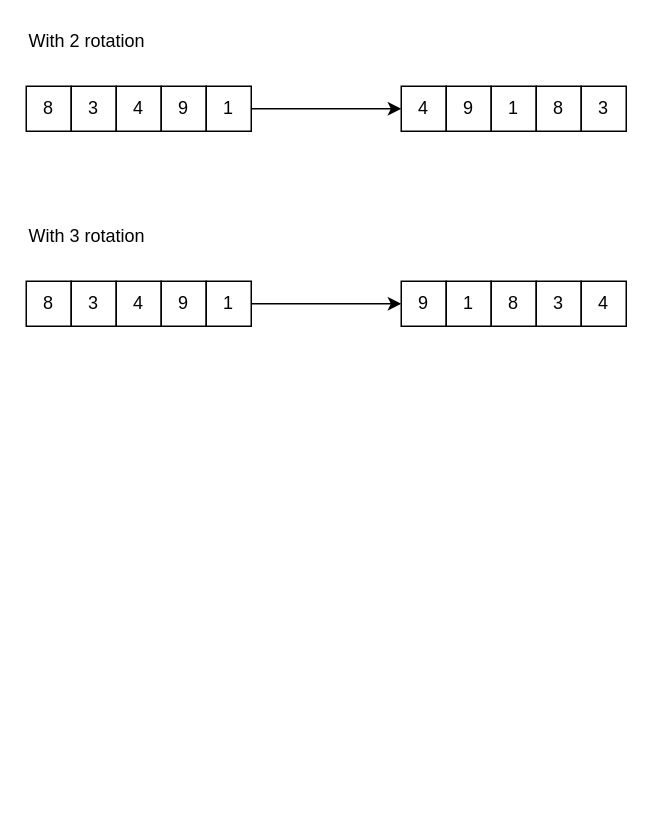
Earlier version of the draw.io diagram algorithm/src/main/resources/TDD_ArrayRotation.drawio (rajsenthil/coding). Source tidied: cells renumbered, new cells numbered last; positions are measured from the earlier drawing's top-left corner, leaving out a move shared by most shapes. Both pictures are drawn from the tidied source at 150%, with x=0, y=0 at pixel (26, 26).
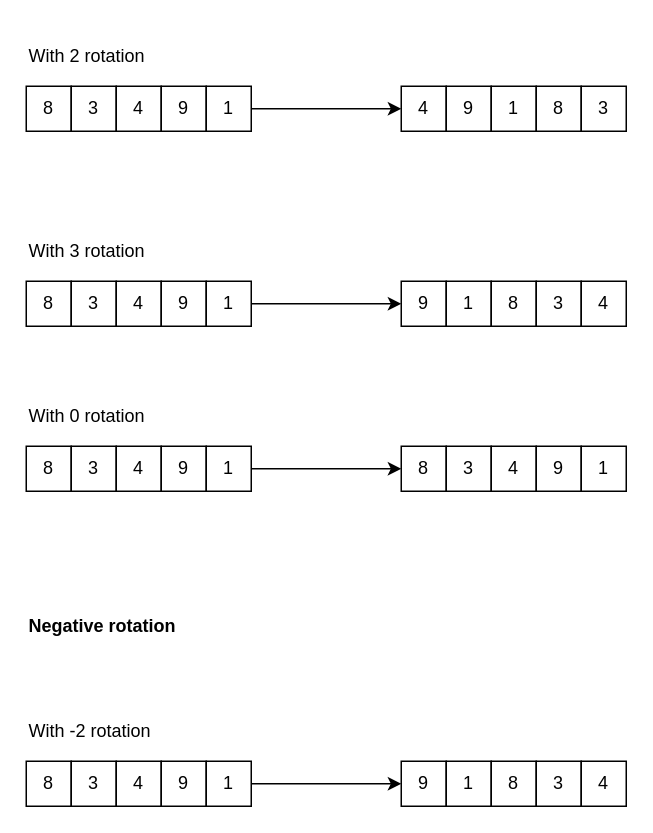
After the change.

Diff of the diagram source:
```diff
@@
     <mxCell id="7" value="With 2 rotation" style="text;html=1;strokeColor=none;fillColor=none;align=left;verticalAlign=middle;whiteSpace=wrap;rounded=0;" parent="1" vertex="1">
-      <mxGeometry width="180" height="20" as="geometry" />
+      <mxGeometry y="10" width="180" height="20" as="geometry" />
     </mxCell>
@@
     <mxCell id="19" value="With 3 rotation" style="text;html=1;strokeColor=none;fillColor=none;align=left;verticalAlign=middle;whiteSpace=wrap;rounded=0;" parent="1" vertex="1">
-      <mxGeometry y="130" width="180" height="20" as="geometry" />
+      <mxGeometry y="140" width="180" height="20" as="geometry" />
     </mxCell>
@@
+    <mxCell id="26" value="8" style="whiteSpace=wrap;html=1;" parent="1" vertex="1">
+      <mxGeometry y="280" width="30" height="30" as="geometry" />
+    </mxCell>
+    <mxCell id="27" value="3" style="whiteSpace=wrap;html=1;" parent="1" vertex="1">
+      <mxGeometry x="30" y="280" width="30" height="30" as="geometry" />
+    </mxCell>
+    <mxCell id="28" value="4" style="whiteSpace=wrap;html=1;" parent="1" vertex="1">
+      <mxGeometry x="60" y="280" width="30" height="30" as="geometry" />
+    </mxCell>
+    <mxCell id="29" value="9" style="whiteSpace=wrap;html=1;" parent="1" vertex="1">
+      <mxGeometry x="90" y="280" width="30" height="30" as="geometry" />
+    </mxCell>
+    <mxCell id="30" value="1" style="whiteSpace=wrap;html=1;" parent="1" vertex="1">
+      <mxGeometry x="120" y="280" width="30" height="30" as="geometry" />
+    </mxCell>
+    <mxCell id="31" value="With&amp;nbsp;0 rotation" style="text;html=1;strokeColor=none;fillColor=none;align=left;verticalAlign=middle;whiteSpace=wrap;rounded=0;" parent="1" vertex="1">
+      <mxGeometry y="250" width="180" height="20" as="geometry" />
+    </mxCell>
+    <mxCell id="32" style="endArrow=classic;html=1;entryX=0;entryY=0.5;entryDx=0;entryDy=0;" parent="1" edge="1" source="30" target="33">
+      <mxGeometry relative="1" as="geometry" />
+    </mxCell>
+    <mxCell id="33" value="8" style="whiteSpace=wrap;html=1;" parent="1" vertex="1">
+      <mxGeometry x="250" y="280" width="30" height="30" as="geometry" />
+    </mxCell>
+    <mxCell id="34" value="3" style="whiteSpace=wrap;html=1;" parent="1" vertex="1">
+      <mxGeometry x="280" y="280" width="30" height="30" as="geometry" />
+    </mxCell>
+    <mxCell id="35" value="4" style="whiteSpace=wrap;html=1;" parent="1" vertex="1">
+      <mxGeometry x="310" y="280" width="30" height="30" as="geometry" />
+    </mxCell>
+    <mxCell id="36" value="9" style="whiteSpace=wrap;html=1;" parent="1" vertex="1">
+      <mxGeometry x="340" y="280" width="30" height="30" as="geometry" />
+    </mxCell>
+    <mxCell id="37" value="1" style="whiteSpace=wrap;html=1;" parent="1" vertex="1">
+      <mxGeometry x="370" y="280" width="30" height="30" as="geometry" />
+    </mxCell>
+    <mxCell id="38" value="8" style="whiteSpace=wrap;html=1;" parent="1" vertex="1">
+      <mxGeometry y="490" width="30" height="30" as="geometry" />
+    </mxCell>
+    <mxCell id="39" value="3" style="whiteSpace=wrap;html=1;" parent="1" vertex="1">
+      <mxGeometry x="30" y="490" width="30" height="30" as="geometry" />
+    </mxCell>
+    <mxCell id="40" value="4" style="whiteSpace=wrap;html=1;" parent="1" vertex="1">
+      <mxGeometry x="60" y="490" width="30" height="30" as="geometry" />
+    </mxCell>
+    <mxCell id="41" value="9" style="whiteSpace=wrap;html=1;" parent="1" vertex="1">
+      <mxGeometry x="90" y="490" width="30" height="30" as="geometry" />
+    </mxCell>
+    <mxCell id="42" value="1" style="whiteSpace=wrap;html=1;" parent="1" vertex="1">
+      <mxGeometry x="120" y="490" width="30" height="30" as="geometry" />
+    </mxCell>
+    <mxCell id="43" value="&lt;b&gt;Negative rotation&lt;/b&gt;" style="text;html=1;strokeColor=none;fillColor=none;align=left;verticalAlign=middle;whiteSpace=wrap;rounded=0;" parent="1" vertex="1">
+      <mxGeometry y="390" width="180" height="20" as="geometry" />
+    </mxCell>
+    <mxCell id="44" style="endArrow=classic;html=1;entryX=0;entryY=0.5;entryDx=0;entryDy=0;" parent="1" edge="1" source="42" target="45">
+      <mxGeometry relative="1" as="geometry" />
+    </mxCell>
+    <mxCell id="45" value="9" style="whiteSpace=wrap;html=1;" parent="1" vertex="1">
+      <mxGeometry x="250" y="490" width="30" height="30" as="geometry" />
+    </mxCell>
+    <mxCell id="46" value="1" style="whiteSpace=wrap;html=1;" parent="1" vertex="1">
+      <mxGeometry x="280" y="490" width="30" height="30" as="geometry" />
+    </mxCell>
+    <mxCell id="47" value="8" style="whiteSpace=wrap;html=1;" parent="1" vertex="1">
+      <mxGeometry x="310" y="490" width="30" height="30" as="geometry" />
+    </mxCell>
+    <mxCell id="48" value="3" style="whiteSpace=wrap;html=1;" parent="1" vertex="1">
+      <mxGeometry x="340" y="490" width="30" height="30" as="geometry" />
+    </mxCell>
+    <mxCell id="49" value="4" style="whiteSpace=wrap;html=1;" parent="1" vertex="1">
+      <mxGeometry x="370" y="490" width="30" height="30" as="geometry" />
+    </mxCell>
+    <mxCell id="50" value="With -2 rotation" style="text;html=1;strokeColor=none;fillColor=none;align=left;verticalAlign=middle;whiteSpace=wrap;rounded=0;" parent="1" vertex="1">
+      <mxGeometry y="460" width="130" height="20" as="geometry" />
+    </mxCell>
```
